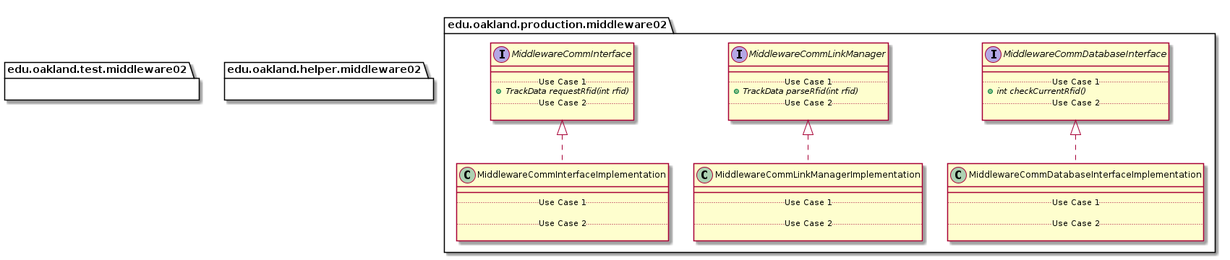
Above: docs/uml-class-diagrams/middleware02/Middleware02Packages_DirectDependencies.png in andrewdimmer/csi-3370-software-project (PlantUML), before the change.
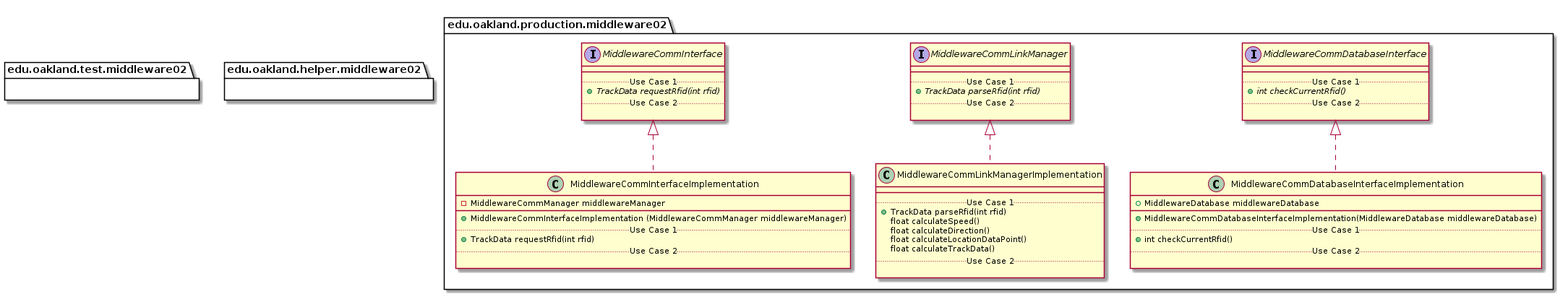
Later version of the same file.

The edit, as a diff of the source:
```diff
@@ -46,9 +46,11 @@
 
 package edu.oakland.production.middleware02 {
     class MiddlewareCommInterfaceImplementation {
+        - MiddlewareCommManager middlewareManager
         __
+        + MiddlewareCommInterfaceImplementation (MiddlewareCommManager middlewareManager)
         .. Use Case 1 ..
-
+        + TrackData requestRfid(int rfid)
         .. Use Case 2 ..
 
     }
@@ -61,7 +63,11 @@
     class MiddlewareCommLinkManagerImplementation {
         __
         .. Use Case 1 ..
-
+        + TrackData parseRfid(int rfid)
+        float calculateSpeed()
+        float calculateDirection()
+        float calculateLocationDataPoint()
+        float calculateTrackData()
         .. Use Case 2 ..
 
     }
@@ -72,9 +78,11 @@
 
 package edu.oakland.production.middleware02 {
     class MiddlewareCommDatabaseInterfaceImplementation {
+        + MiddlewareDatabase middlewareDatabase
         __
+        + MiddlewareCommDatabaseInterfaceImplementation(MiddlewareDatabase middlewareDatabase)
         .. Use Case 1 ..
-
+        + int checkCurrentRfid()
         .. Use Case 2 ..
 
     }
```
